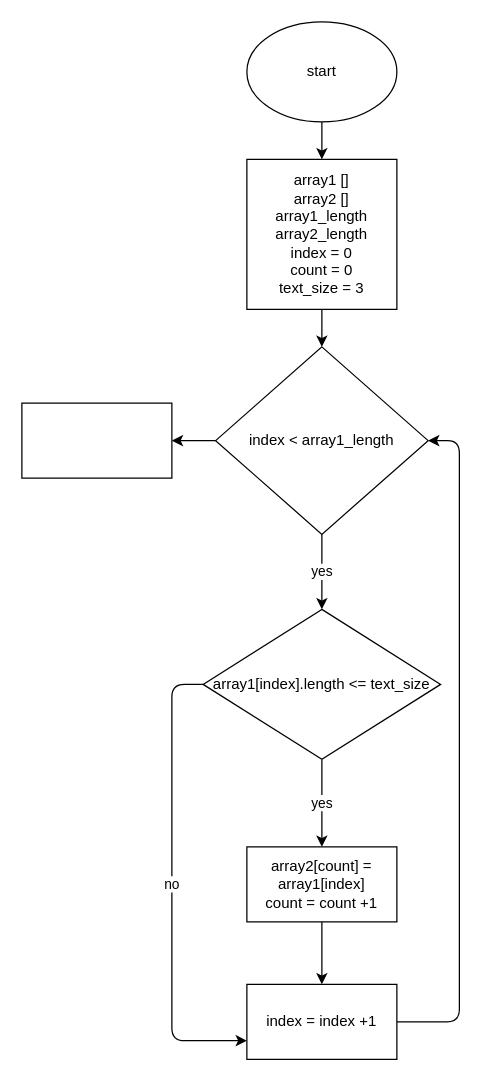
This is paint.drawio from GadelKhas/LastExm, a draw.io file, before an edit. Source tidied: cells renumbered, new cells numbered last; positions are measured from the earlier drawing's top-left corner, leaving out a move shared by most shapes. Both pictures are drawn from the tidied source at 125%, with x=0, y=0 at pixel (21, 21).
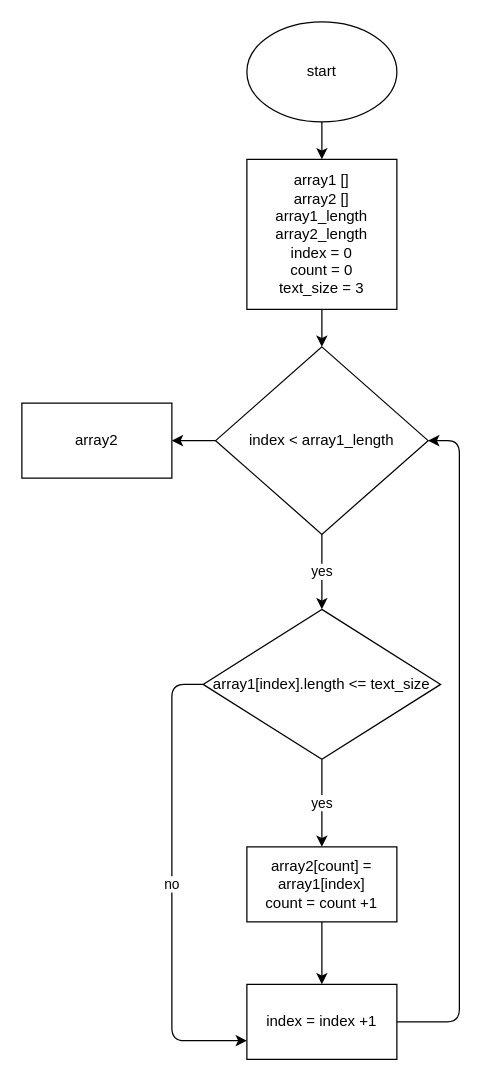
The same page after the edit.

The edit, as a diff of the source:
```diff
@@
-    <mxCell id="16" style="whiteSpace=wrap;html=1;" parent="1" vertex="1">
+    <mxCell id="16" value="array2" style="whiteSpace=wrap;html=1;" parent="1" vertex="1">
       <mxGeometry y="305" width="120" height="60" as="geometry" />
     </mxCell>
```
